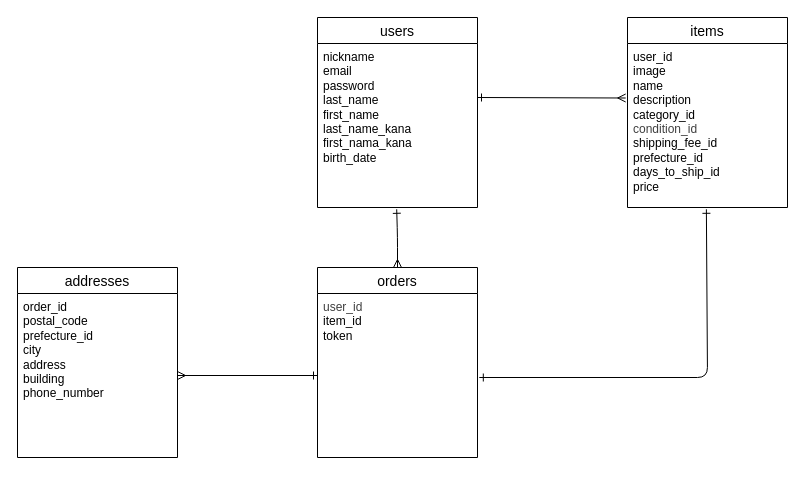
Before: test.dio in youduo216107/furima-46254, a draw.io diagram. Source tidied: cells renumbered, new cells numbered last; positions are measured from the earlier drawing's top-left corner, leaving out a move shared by most shapes. Both pictures are drawn from the tidied source at 100%, with x=0, y=0 at pixel (17, 17).
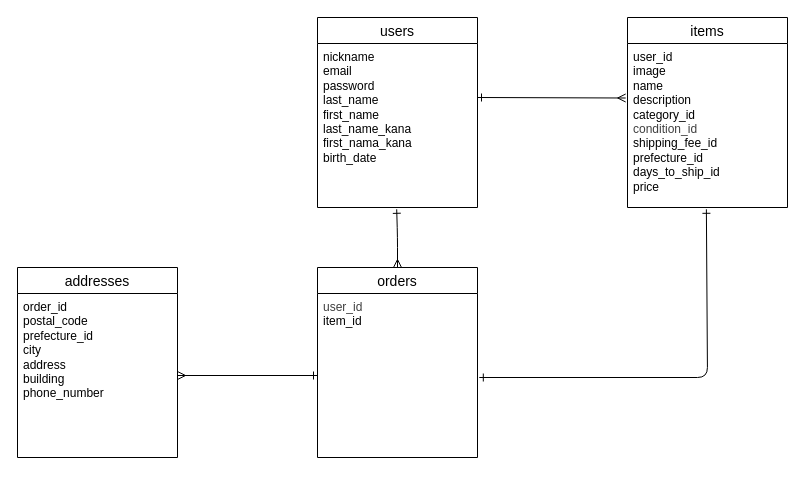
The same diagram, later.

What changed in the source:
```diff
@@
 <mxGraphModel>
   <root>
     <mxCell id="0" />
     <mxCell id="1" parent="0" />
     <mxCell id="2" value="orders" style="swimlane;fontStyle=0;horizontal=1;startSize=26;align=center;fontSize=14;" parent="1" vertex="1">
       <mxGeometry x="300" y="250" width="160" height="190" as="geometry" />
     </mxCell>
-    <mxCell id="3" value="&lt;div&gt;&lt;span style=&quot;color: rgb(63, 63, 63); background-color: transparent;&quot;&gt;user_id&lt;/span&gt;&lt;/div&gt;&lt;div&gt;item_id&lt;/div&gt;&lt;div&gt;token&lt;/div&gt;" style="text;strokeColor=none;fillColor=none;spacingLeft=4;spacingRight=4;overflow=hidden;points=[[0,0.5],[1,0.5]];portConstraint=eastwest;fontSize=12;whiteSpace=wrap;html=1;" parent="2" vertex="1">
+    <mxCell id="3" value="&lt;div&gt;&lt;span style=&quot;color: rgb(63, 63, 63); background-color: transparent;&quot;&gt;user_id&lt;/span&gt;&lt;/div&gt;&lt;div&gt;item_id&lt;/div&gt;&lt;div&gt;&lt;br&gt;&lt;/div&gt;" style="text;strokeColor=none;fillColor=none;spacingLeft=4;spacingRight=4;overflow=hidden;points=[[0,0.5],[1,0.5]];portConstraint=eastwest;fontSize=12;whiteSpace=wrap;html=1;" parent="2" vertex="1">
       <mxGeometry y="26" width="160" height="164" as="geometry" />
     </mxCell>
     <mxCell id="4" value="users" style="swimlane;fontStyle=0;horizontal=1;startSize=26;align=center;fontSize=14;" parent="1" vertex="1">
       <mxGeometry x="300" width="160" height="190" as="geometry" />
     </mxCell>
     <mxCell id="5" value="nickname&lt;br&gt;&lt;div&gt;email&lt;/div&gt;&lt;div&gt;password&lt;/div&gt;&lt;div&gt;last_name&lt;/div&gt;&lt;div&gt;first_name&lt;/div&gt;&lt;div&gt;last_name_kana&lt;/div&gt;&lt;div&gt;first_nama_kana&lt;/div&gt;&lt;div&gt;birth_date&lt;/div&gt;" style="text;strokeColor=none;fillColor=none;spacingLeft=4;spacingRight=4;overflow=hidden;points=[[0,0.5],[1,0.5]];portConstraint=eastwest;fontSize=12;whiteSpace=wrap;html=1;" parent="4" vertex="1">
       <mxGeometry y="26" width="160" height="164" as="geometry" />
     </mxCell>
     <mxCell id="6" value="items" style="swimlane;fontStyle=0;horizontal=1;startSize=26;align=center;fontSize=14;" parent="1" vertex="1">
       <mxGeometry x="610" width="160" height="190" as="geometry" />
     </mxCell>
     <mxCell id="7" value="&lt;div&gt;user_id&lt;/div&gt;&lt;div&gt;image&lt;/div&gt;&lt;div&gt;name&lt;/div&gt;&lt;div&gt;description&lt;/div&gt;&lt;div&gt;category_id&lt;/div&gt;&lt;div&gt;&lt;span style=&quot;color: rgb(63, 63, 63); background-color: transparent;&quot;&gt;condition_id&lt;/span&gt;&lt;/div&gt;&lt;div&gt;shipping_fee_id&lt;/div&gt;&lt;div&gt;prefecture_id&lt;/div&gt;&lt;div&gt;days_to_ship_id&lt;/div&gt;&lt;div&gt;price&lt;/div&gt;" style="text;strokeColor=none;fillColor=none;spacingLeft=4;spacingRight=4;overflow=hidden;points=[[0,0.5],[1,0.5]];portConstraint=eastwest;fontSize=12;whiteSpace=wrap;html=1;" parent="6" vertex="1">
       <mxGeometry y="26" width="160" height="164" as="geometry" />
     </mxCell>
     <mxCell id="8" style="edgeStyle=none;html=1;startArrow=ERone;startFill=0;endArrow=ERmany;endFill=0;entryX=-0.011;entryY=0.265;entryDx=0;entryDy=0;entryPerimeter=0;" parent="1" edge="1">
       <mxGeometry relative="1" as="geometry">
         <mxPoint x="460" y="80" as="sourcePoint" />
         <mxPoint x="608.2" y="80.5" as="targetPoint" />
       </mxGeometry>
     </mxCell>
     <mxCell id="9" style="edgeStyle=none;html=1;startArrow=ERmany;startFill=0;endArrow=ERone;endFill=0;exitX=0.5;exitY=0;exitDx=0;exitDy=0;entryX=0.495;entryY=1.011;entryDx=0;entryDy=0;entryPerimeter=0;" parent="1" edge="1" source="2" target="5">
       <mxGeometry relative="1" as="geometry">
         <Array as="points">
           <mxPoint x="380" y="220" />
         </Array>
       </mxGeometry>
     </mxCell>
     <mxCell id="10" value="addresses" style="swimlane;fontStyle=0;horizontal=1;startSize=26;align=center;fontSize=14;" parent="1" vertex="1">
       <mxGeometry y="250" width="160" height="190" as="geometry" />
     </mxCell>
     <mxCell id="11" value="&lt;div&gt;order_id&lt;/div&gt;&lt;div&gt;postal_code&lt;/div&gt;&lt;div&gt;prefecture_id&lt;/div&gt;&lt;div&gt;city&lt;/div&gt;&lt;div&gt;address&lt;/div&gt;&lt;div&gt;building&lt;/div&gt;&lt;div&gt;phone_number&lt;/div&gt;" style="text;strokeColor=none;fillColor=none;spacingLeft=4;spacingRight=4;overflow=hidden;points=[[0,0.5],[1,0.5]];portConstraint=eastwest;fontSize=12;whiteSpace=wrap;html=1;" parent="10" vertex="1">
       <mxGeometry y="26" width="160" height="164" as="geometry" />
     </mxCell>
     <mxCell id="12" style="edgeStyle=none;html=1;startArrow=ERone;startFill=0;endArrow=ERmany;endFill=0;exitX=0;exitY=0.5;exitDx=0;exitDy=0;entryX=1;entryY=0.5;entryDx=0;entryDy=0;" parent="1" edge="1" source="3" target="11">
       <mxGeometry relative="1" as="geometry" />
     </mxCell>
     <mxCell id="13" style="edgeStyle=none;html=1;startArrow=ERone;startFill=0;endArrow=ERone;endFill=0;entryX=0.493;entryY=1.011;entryDx=0;entryDy=0;entryPerimeter=0;" parent="1" edge="1" target="7">
       <mxGeometry relative="1" as="geometry">
         <mxPoint x="461.8" y="360" as="sourcePoint" />
         <Array as="points">
           <mxPoint x="690" y="360" />
         </Array>
       </mxGeometry>
     </mxCell>
   </root>
 </mxGraphModel>
```
